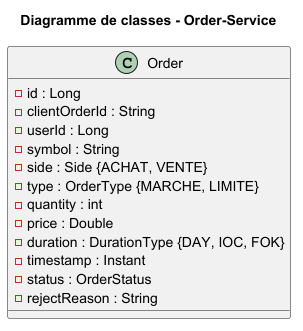
Above: docs/architecture/4+1/logicalView/classDiagramOrder.png in Hugo-12341234/BrokerX_MicroServices (PlantUML), before the change.
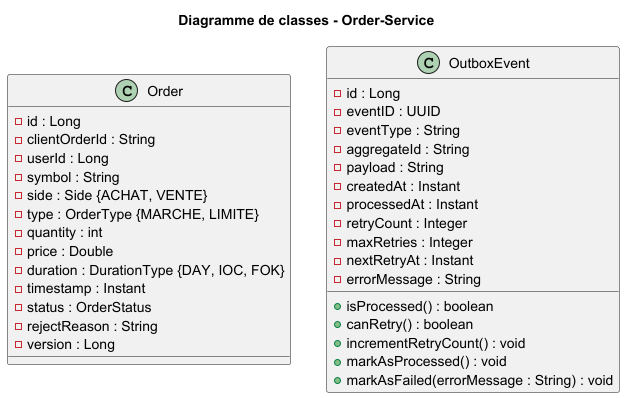
The same diagram one commit later.

Commit message:
Class diagrams done, to be added to section 8 of rapport

Change to the diagram source:
```diff
@@ -14,6 +14,26 @@
   -timestamp : Instant
   -status : OrderStatus
   -rejectReason : String
+  -version : Long
+}
+
+class OutboxEvent {
+    -id : Long
+    -eventID : UUID
+    -eventType : String
+    -aggregateId : String
+    -payload : String
+    -createdAt : Instant
+    -processedAt : Instant
+    -retryCount : Integer
+    -maxRetries : Integer
+    -nextRetryAt : Instant
+    -errorMessage : String
+    +isProcessed() : boolean
+    +canRetry() : boolean
+    +incrementRetryCount() : void
+    +markAsProcessed() : void
+    +markAsFailed(errorMessage : String) : void
 }
 
 @enduml
```
